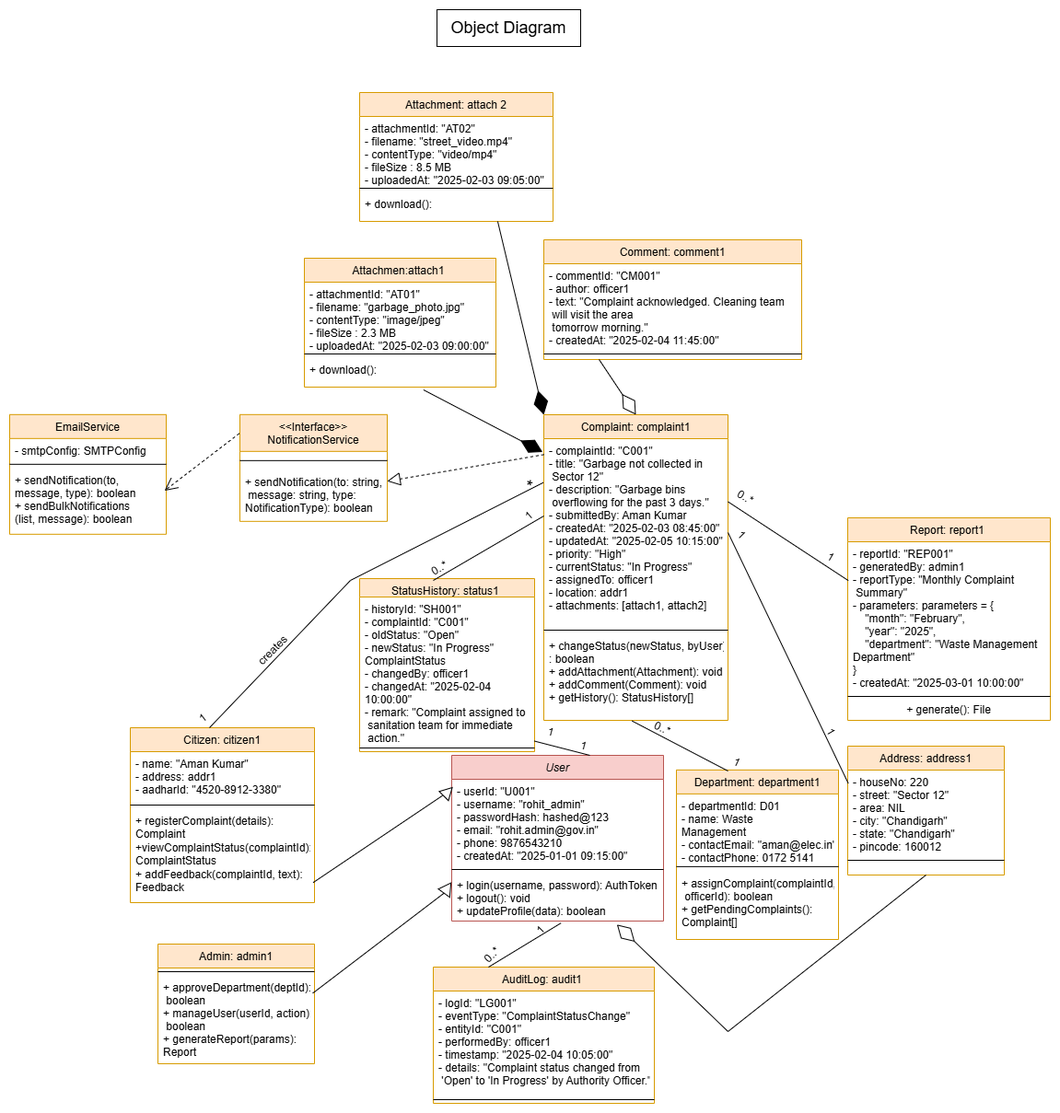
This is Unified Modeling Language Diagrams/Object Diagram.png from Codersworld-23/Citizen-Grievance-Redressal-System, a draw.io export, as it was before one commit. Source tidied: cells renumbered, new cells last; positions are measured from the earlier drawing's top-left corner, leaving out a move shared by most shapes.
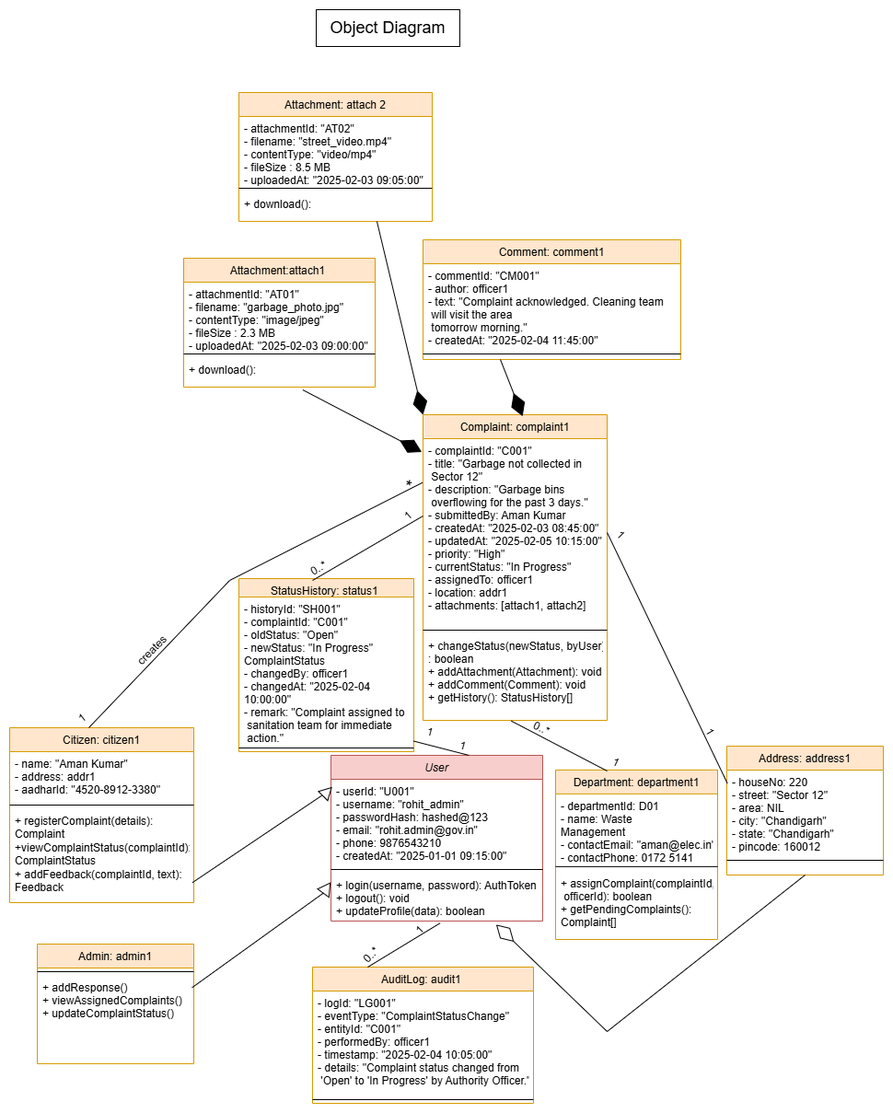
Later version of the same file.

Commit message:
Updated class and object diagram

What changed in the source:
```diff
@@ -32,8 +32,8 @@
     <mxCell id="11" style="line;html=1;strokeWidth=1;align=left;verticalAlign=middle;spacingTop=-1;spacingLeft=3;spacingRight=3;labelPosition=right;" parent="10" vertex="1">
       <mxGeometry y="26" width="170" height="8" as="geometry" />
     </mxCell>
-    <mxCell id="12" value="+ approveDepartment(deptId):&#10; boolean&#10;+ manageUser(userId, action):&#10; boolean&#10;+ generateReport(params): &#10;Report" style="text;align=left;verticalAlign=top;spacingLeft=4;spacingRight=4;overflow=hidden;points=[[0,0.5],[1,0.5]];portConstraint=eastwest;" parent="10" vertex="1">
-      <mxGeometry y="34" width="170" height="96" as="geometry" />
+    <mxCell id="12" value="+ addResponse()&#10;+ viewAssignedComplaints()&#10;+ updateComplaintStatus()&#10;" style="text;align=left;verticalAlign=top;spacingLeft=4;spacingRight=4;overflow=hidden;points=[[0,0.5],[1,0.5]];portConstraint=eastwest;" parent="10" vertex="1">
+      <mxGeometry y="34" width="170" height="66" as="geometry" />
     </mxCell>
     <mxCell id="13" value="Complaint: complaint1" style="swimlane;fontStyle=0;align=center;verticalAlign=top;horizontal=1;startSize=26;rounded=0;shadow=0;strokeWidth=1;fillColor=#ffe6cc;strokeColor=#d79b00;" parent="1" vertex="1">
       <mxGeometry x="580" y="440" width="200" height="332" as="geometry" />
@@ -47,7 +47,7 @@
     <mxCell id="16" value="+ changeStatus(newStatus, byUser)&#10;: boolean&#10;+ addAttachment(Attachment): void&#10;+ addComment(Comment): void&#10;+ getHistory(): StatusHistory[]" style="text;align=left;verticalAlign=top;spacingLeft=4;spacingRight=4;overflow=hidden;" parent="13" vertex="1">
       <mxGeometry y="238" width="200" height="94" as="geometry" />
     </mxCell>
-    <mxCell id="17" value="Attachmen:attach1 " style="swimlane;fontStyle=0;align=center;verticalAlign=top;horizontal=1;startSize=26;rounded=0;shadow=0;strokeWidth=1;fillColor=#ffe6cc;strokeColor=#d79b00;" parent="1" vertex="1">
+    <mxCell id="17" value="Attachment:attach1 " style="swimlane;fontStyle=0;align=center;verticalAlign=top;horizontal=1;startSize=26;rounded=0;shadow=0;strokeWidth=1;fillColor=#ffe6cc;strokeColor=#d79b00;" parent="1" vertex="1">
       <mxGeometry x="320" y="270" width="208" height="140" as="geometry" />
     </mxCell>
     <mxCell id="18" value="- attachmentId: &quot;AT01&quot;&#10;- filename: &quot;garbage_photo.jpg&quot;&#10;- contentType: &quot;image/jpeg&quot;&#10;- fileSize : 2.3 MB&#10;- uploadedAt: &quot;2025-02-03 09:00:00&quot;" style="text;align=left;verticalAlign=top;spacingLeft=4;spacingRight=4;overflow=hidden;rounded=0;shadow=0;html=0;" parent="17" vertex="1">
@@ -80,27 +80,6 @@
     <mxCell id="27" style="line;html=1;strokeWidth=1;align=left;verticalAlign=middle;spacingTop=-1;spacingLeft=3;spacingRight=3;labelPosition=right;" parent="25" vertex="1">
       <mxGeometry y="120" width="280" height="8" as="geometry" />
     </mxCell>
-    <mxCell id="28" value="&lt;&lt;Interface&gt;&gt;&#10;NotificationService" style="swimlane;fontStyle=0;align=center;verticalAlign=top;horizontal=1;startSize=40;rounded=0;shadow=0;strokeWidth=1;fillColor=#ffe6cc;strokeColor=#d79b00;" parent="1" vertex="1">
-      <mxGeometry x="250" y="439.8" width="160" height="116" as="geometry" />
-    </mxCell>
-    <mxCell id="29" style="line;html=1;strokeWidth=1;align=left;verticalAlign=middle;spacingTop=-1;spacingLeft=3;spacingRight=3;labelPosition=right;" parent="28" vertex="1">
-      <mxGeometry y="40" width="160" height="20" as="geometry" />
-    </mxCell>
-    <mxCell id="30" value="+ sendNotification(to: string,&#10; message: string, type: &#10;NotificationType): boolean" style="text;align=left;verticalAlign=top;spacingLeft=4;spacingRight=4;overflow=hidden;points=[[0,0.5],[1,0.5]];portConstraint=eastwest;" parent="28" vertex="1">
-      <mxGeometry y="60" width="160" height="56" as="geometry" />
-    </mxCell>
-    <mxCell id="31" value="EmailService" style="swimlane;fontStyle=0;align=center;verticalAlign=top;horizontal=1;startSize=26;rounded=0;shadow=0;strokeWidth=1;fillColor=#ffe6cc;strokeColor=#d79b00;" parent="1" vertex="1">
-      <mxGeometry y="439.8" width="170" height="130" as="geometry" />
-    </mxCell>
-    <mxCell id="32" value="- smtpConfig: SMTPConfig" style="text;align=left;verticalAlign=top;spacingLeft=4;spacingRight=4;overflow=hidden;rounded=0;shadow=0;html=0;" parent="31" vertex="1">
-      <mxGeometry y="26" width="170" height="24" as="geometry" />
-    </mxCell>
-    <mxCell id="33" style="line;html=1;strokeWidth=1;align=left;verticalAlign=middle;spacingTop=-1;spacingLeft=3;spacingRight=3;labelPosition=right;" parent="31" vertex="1">
-      <mxGeometry y="50" width="170" height="8" as="geometry" />
-    </mxCell>
-    <mxCell id="34" value="+ sendNotification(to, &#10;message, type): boolean&#10;+ sendBulkNotifications&#10;(list, message): boolean" style="text;align=left;verticalAlign=top;spacingLeft=4;spacingRight=4;overflow=hidden;points=[[0,0.5],[1,0.5]];portConstraint=eastwest;" parent="31" vertex="1">
-      <mxGeometry y="58" width="170" height="72" as="geometry" />
-    </mxCell>
     <mxCell id="35" value="Address: address1" style="swimlane;fontStyle=0;align=center;verticalAlign=top;horizontal=1;startSize=26;rounded=0;shadow=0;strokeWidth=1;fillColor=#ffe6cc;strokeColor=#d79b00;" parent="1" vertex="1">
       <mxGeometry x="910" y="800" width="170" height="140" as="geometry" />
     </mxCell>
@@ -110,18 +89,6 @@
     <mxCell id="37" style="line;html=1;strokeWidth=1;align=left;verticalAlign=middle;spacingTop=-1;spacingLeft=3;spacingRight=3;labelPosition=right;" parent="35" vertex="1">
       <mxGeometry y="120" width="170" height="8" as="geometry" />
     </mxCell>
-    <mxCell id="38" value="Report: report1 " style="swimlane;fontStyle=0;align=center;verticalAlign=top;horizontal=1;startSize=26;rounded=0;shadow=0;strokeWidth=1;fillColor=#ffe6cc;strokeColor=#d79b00;" parent="1" vertex="1">
-      <mxGeometry x="910" y="552" width="220" height="220" as="geometry" />
-    </mxCell>
-    <mxCell id="39" value="- reportId: &quot;REP001&quot;&#10;- generatedBy: admin1&#10;- reportType: &quot;Monthly Complaint&#10; Summary&quot;&#10;- parameters: parameters = {&#10;    &quot;month&quot;: &quot;February&quot;,&#10;    &quot;year&quot;: &quot;2025&quot;,&#10;    &quot;department&quot;: &quot;Waste Management&#10;Department&quot;&#10;}&#10;- createdAt: &quot;2025-03-01 10:00:00&quot;" style="text;align=left;verticalAlign=top;spacingLeft=4;spacingRight=4;overflow=hidden;points=[[0,0.5],[1,0.5]];portConstraint=eastwest;rounded=0;shadow=0;html=0;" parent="38" vertex="1">
-      <mxGeometry y="26" width="220" height="164" as="geometry" />
-    </mxCell>
-    <mxCell id="40" style="line;html=1;strokeWidth=1;align=left;verticalAlign=middle;spacingTop=-1;spacingLeft=3;spacingRight=3;labelPosition=right;" parent="38" vertex="1">
-      <mxGeometry y="190" width="220" height="8" as="geometry" />
-    </mxCell>
-    <mxCell id="41" value="+ generate(): File" style="text;html=1;whiteSpace=wrap;strokeColor=none;fillColor=none;align=center;verticalAlign=middle;rounded=0;" parent="38" vertex="1">
-      <mxGeometry y="198" width="220" height="22" as="geometry" />
-    </mxCell>
     <mxCell id="42" value="StatusHistory: status1 " style="swimlane;fontStyle=0;align=center;verticalAlign=top;horizontal=1;startSize=20;rounded=0;shadow=0;strokeWidth=1;fillColor=#ffe6cc;strokeColor=#d79b00;" parent="1" vertex="1">
       <mxGeometry x="380" y="618" width="190" height="188" as="geometry" />
     </mxCell>
@@ -175,11 +142,6 @@
     <mxCell id="57" style="endArrow=diamondThin;endFill=1;endSize=24;html=1;rounded=0;entryX=-0.007;entryY=0.071;entryDx=0;entryDy=0;entryPerimeter=0;exitX=0.622;exitY=1.094;exitDx=0;exitDy=0;exitPerimeter=0;" parent="1" edge="1" source="20" target="14">
       <mxGeometry relative="1" as="geometry" />
     </mxCell>
-    <mxCell id="58" style="endArrow=diamondThin;endFill=0;endSize=24;html=1;rounded=0;entryX=0.5;entryY=0;entryDx=0;entryDy=0;" parent="1" edge="1" target="13">
-      <mxGeometry relative="1" as="geometry">
-        <mxPoint x="640" y="380" as="sourcePoint" />
-      </mxGeometry>
-    </mxCell>
     <mxCell id="59" value="0..*" style="text;html=1;whiteSpace=wrap;strokeColor=none;fillColor=none;align=center;verticalAlign=middle;rounded=0;rotation=-30;" parent="1" vertex="1">
       <mxGeometry x="437" y="592" width="60" height="30" as="geometry" />
     </mxCell>
@@ -192,25 +154,6 @@
     <mxCell id="62" value="1" style="text;html=1;whiteSpace=wrap;strokeColor=none;fillColor=none;align=center;verticalAlign=middle;rounded=0;rotation=60;" parent="1" vertex="1">
       <mxGeometry x="862" y="770" width="60" height="30" as="geometry" />
     </mxCell>
-    <mxCell id="63" style="endArrow=open;endSize=12;dashed=1;html=1;rounded=0;exitX=-0.004;exitY=0.177;exitDx=0;exitDy=0;exitPerimeter=0;entryX=0.989;entryY=0.344;entryDx=0;entryDy=0;entryPerimeter=0;" parent="1" edge="1" source="28" target="34">
-      <mxGeometry relative="1" as="geometry" />
-    </mxCell>
-    <mxCell id="64" style="endArrow=block;dashed=1;endFill=0;endSize=12;html=1;rounded=0;entryX=0.999;entryY=0.221;entryDx=0;entryDy=0;entryPerimeter=0;exitX=1;exitY=0.25;exitDx=0;exitDy=0;" parent="1" edge="1" target="30">
-      <mxGeometry relative="1" as="geometry">
-        <mxPoint x="580.2" y="483.3" as="sourcePoint" />
-      </mxGeometry>
-    </mxCell>
-    <mxCell id="65" style="endArrow=none;html=1;rounded=0;exitX=0.003;exitY=0.257;exitDx=0;exitDy=0;entryX=0;entryY=0.75;entryDx=0;entryDy=0;exitPerimeter=0;" parent="1" edge="1" source="39">
-      <mxGeometry relative="1" as="geometry">
-        <mxPoint x="780" y="534.5" as="targetPoint" />
-      </mxGeometry>
-    </mxCell>
-    <mxCell id="66" value="1" style="text;html=1;whiteSpace=wrap;strokeColor=none;fillColor=none;align=center;verticalAlign=middle;rounded=0;rotation=30;" parent="1" vertex="1">
-      <mxGeometry x="862" y="580" width="60" height="30" as="geometry" />
-    </mxCell>
-    <mxCell id="67" value="0..*" style="text;html=1;whiteSpace=wrap;strokeColor=none;fillColor=none;align=center;verticalAlign=middle;rounded=0;rotation=30;" parent="1" vertex="1">
-      <mxGeometry x="780" y="510" width="38" height="40.9" as="geometry" />
-    </mxCell>
     <mxCell id="68" style="endArrow=none;html=1;rounded=0;entryX=0.516;entryY=1.042;entryDx=0;entryDy=0;entryPerimeter=0;exitX=0.25;exitY=0;exitDx=0;exitDy=0;" parent="1" edge="1" source="45" target="5">
       <mxGeometry relative="1" as="geometry" />
     </mxCell>
@@ -286,5 +229,10 @@
     <mxCell id="88" value="&lt;font style=&quot;font-size: 18px;&quot;&gt;Object Diagram&lt;/font&gt;" style="text;html=1;whiteSpace=wrap;strokeColor=none;fillColor=none;align=center;verticalAlign=middle;rounded=0;" parent="1" vertex="1">
       <mxGeometry x="447" y="6" width="190" height="27" as="geometry" />
     </mxCell>
+    <mxCell id="89" style="endArrow=diamondThin;endFill=1;endSize=24;html=1;rounded=0;entryX=0.541;entryY=0.005;entryDx=0;entryDy=0;exitX=0.622;exitY=1.094;exitDx=0;exitDy=0;exitPerimeter=0;entryPerimeter=0;" parent="1" edge="1" target="13">
+      <mxGeometry relative="1" as="geometry">
+        <mxPoint x="664" y="380" as="sourcePoint" />
+      </mxGeometry>
+    </mxCell>
   </root>
 </mxGraphModel>
```
